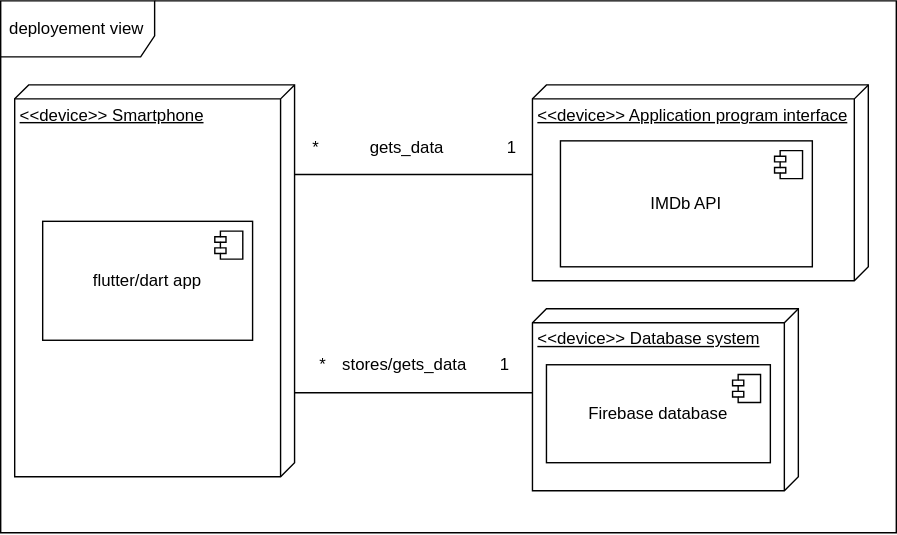
Above: docs/physicalarch.drawio.svg in danielrebelo1/feup-esof-project (draw.io), before the change. Source tidied: cells renumbered, new cells last; positions are measured from the earlier drawing's top-left corner, leaving out a move shared by most shapes. Source of this version:
```xml
<mxGraphModel>
  <root>
    <mxCell id="0" />
    <mxCell id="1" parent="0" />
    <mxCell id="2" value="deployement view" style="shape=umlFrame;whiteSpace=wrap;html=1;width=110;height=40;" parent="1" vertex="1">
      <mxGeometry width="640" height="380" as="geometry" />
    </mxCell>
    <mxCell id="3" value="&amp;lt;&amp;lt;device&amp;gt;&amp;gt; Smartphone" style="verticalAlign=top;align=left;spacingTop=8;spacingLeft=2;spacingRight=12;shape=cube;size=10;direction=south;fontStyle=4;html=1;whiteSpace=wrap;" parent="1" vertex="1">
      <mxGeometry x="10" y="60" width="200" height="280" as="geometry" />
    </mxCell>
    <mxCell id="4" value="&amp;lt;&amp;lt;device&amp;gt;&amp;gt; Application program interface" style="verticalAlign=top;align=left;spacingTop=8;spacingLeft=2;spacingRight=12;shape=cube;size=10;direction=south;fontStyle=4;html=1;whiteSpace=wrap;" parent="1" vertex="1">
      <mxGeometry x="380" y="60" width="240" height="140" as="geometry" />
    </mxCell>
    <mxCell id="5" style="line;strokeWidth=1;fillColor=none;align=left;verticalAlign=middle;spacingTop=-1;spacingLeft=3;spacingRight=3;labelPosition=right;strokeColor=inherit;" parent="1" vertex="1">
      <mxGeometry x="210" y="120" width="170" height="8" as="geometry" />
    </mxCell>
    <mxCell id="6" value="*" style="text;html=1;align=center;verticalAlign=middle;strokeColor=none;fillColor=none;" parent="1" vertex="1">
      <mxGeometry x="210" y="90" width="30" height="30" as="geometry" />
    </mxCell>
    <mxCell id="7" value="1" style="text;html=1;align=center;verticalAlign=middle;strokeColor=none;fillColor=none;" parent="1" vertex="1">
      <mxGeometry x="350" y="90" width="30" height="30" as="geometry" />
    </mxCell>
    <mxCell id="8" value="&amp;lt;&amp;lt;device&amp;gt;&amp;gt; Database system" style="verticalAlign=top;align=left;spacingTop=8;spacingLeft=2;spacingRight=12;shape=cube;size=10;direction=south;fontStyle=4;html=1;whiteSpace=wrap;" parent="1" vertex="1">
      <mxGeometry x="380" y="220" width="190" height="130" as="geometry" />
    </mxCell>
    <mxCell id="9" style="line;strokeWidth=1;fillColor=none;align=left;verticalAlign=middle;spacingTop=-1;spacingLeft=3;spacingRight=3;labelPosition=right;strokeColor=inherit;" parent="1" vertex="1">
      <mxGeometry x="210" y="276" width="170" height="8" as="geometry" />
    </mxCell>
    <mxCell id="10" value="*" style="text;html=1;align=center;verticalAlign=middle;strokeColor=none;fillColor=none;" parent="1" vertex="1">
      <mxGeometry x="215" y="245" width="30" height="30" as="geometry" />
    </mxCell>
    <mxCell id="11" value="1" style="text;html=1;align=center;verticalAlign=middle;strokeColor=none;fillColor=none;" parent="1" vertex="1">
      <mxGeometry x="345" y="245" width="30" height="30" as="geometry" />
    </mxCell>
    <mxCell id="12" value="stores/gets_data&amp;nbsp;" style="text;html=1;align=center;verticalAlign=middle;strokeColor=none;fillColor=none;" parent="1" vertex="1">
      <mxGeometry x="230" y="245" width="120" height="30" as="geometry" />
    </mxCell>
    <mxCell id="13" value="gets_data" style="text;html=1;align=center;verticalAlign=middle;strokeColor=none;fillColor=none;" parent="1" vertex="1">
      <mxGeometry x="250" y="90" width="80" height="30" as="geometry" />
    </mxCell>
    <mxCell id="14" value="flutter/dart app" style="html=1;whiteSpace=wrap;" parent="1" vertex="1">
      <mxGeometry x="30" y="157.5" width="150" height="85" as="geometry" />
    </mxCell>
    <mxCell id="15" style="shape=module;jettyWidth=8;jettyHeight=4;" parent="14" vertex="1">
      <mxGeometry x="1" width="20" height="20" relative="1" as="geometry">
        <mxPoint x="-27" y="7" as="offset" />
      </mxGeometry>
    </mxCell>
    <mxCell id="16" value="IMDb API" style="html=1;whiteSpace=wrap;" parent="1" vertex="1">
      <mxGeometry x="400" y="100" width="180" height="90" as="geometry" />
    </mxCell>
    <mxCell id="17" style="shape=module;jettyWidth=8;jettyHeight=4;" parent="16" vertex="1">
      <mxGeometry x="1" width="20" height="20" relative="1" as="geometry">
        <mxPoint x="-27" y="7" as="offset" />
      </mxGeometry>
    </mxCell>
    <mxCell id="18" value="Firebase database" style="html=1;whiteSpace=wrap;" parent="1" vertex="1">
      <mxGeometry x="390" y="260" width="160" height="70" as="geometry" />
    </mxCell>
    <mxCell id="19" style="shape=module;jettyWidth=8;jettyHeight=4;" parent="18" vertex="1">
      <mxGeometry x="1" width="20" height="20" relative="1" as="geometry">
        <mxPoint x="-27" y="7" as="offset" />
      </mxGeometry>
    </mxCell>
  </root>
</mxGraphModel>
```
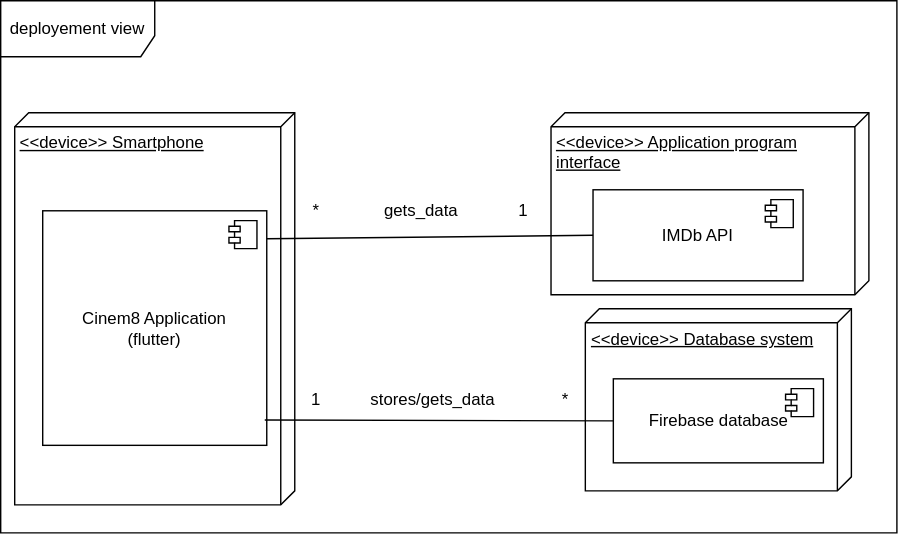
The same file after the commit.

Commit message:
physical arch

The edit, as a diff of the source:
```diff
@@ -6,40 +6,28 @@
       <mxGeometry width="640" height="380" as="geometry" />
     </mxCell>
     <mxCell id="3" value="&amp;lt;&amp;lt;device&amp;gt;&amp;gt; Smartphone" style="verticalAlign=top;align=left;spacingTop=8;spacingLeft=2;spacingRight=12;shape=cube;size=10;direction=south;fontStyle=4;html=1;whiteSpace=wrap;" parent="1" vertex="1">
-      <mxGeometry x="10" y="60" width="200" height="280" as="geometry" />
+      <mxGeometry x="10" y="80" width="200" height="280" as="geometry" />
     </mxCell>
     <mxCell id="4" value="&amp;lt;&amp;lt;device&amp;gt;&amp;gt; Application program interface" style="verticalAlign=top;align=left;spacingTop=8;spacingLeft=2;spacingRight=12;shape=cube;size=10;direction=south;fontStyle=4;html=1;whiteSpace=wrap;" parent="1" vertex="1">
-      <mxGeometry x="380" y="60" width="240" height="140" as="geometry" />
+      <mxGeometry x="393" y="80" width="227" height="130" as="geometry" />
     </mxCell>
-    <mxCell id="5" style="line;strokeWidth=1;fillColor=none;align=left;verticalAlign=middle;spacingTop=-1;spacingLeft=3;spacingRight=3;labelPosition=right;strokeColor=inherit;" parent="1" vertex="1">
-      <mxGeometry x="210" y="120" width="170" height="8" as="geometry" />
-    </mxCell>
     <mxCell id="6" value="*" style="text;html=1;align=center;verticalAlign=middle;strokeColor=none;fillColor=none;" parent="1" vertex="1">
-      <mxGeometry x="210" y="90" width="30" height="30" as="geometry" />
+      <mxGeometry x="210" y="135" width="30" height="30" as="geometry" />
     </mxCell>
     <mxCell id="7" value="1" style="text;html=1;align=center;verticalAlign=middle;strokeColor=none;fillColor=none;" parent="1" vertex="1">
-      <mxGeometry x="350" y="90" width="30" height="30" as="geometry" />
+      <mxGeometry x="357.5" y="135" width="30" height="30" as="geometry" />
     </mxCell>
     <mxCell id="8" value="&amp;lt;&amp;lt;device&amp;gt;&amp;gt; Database system" style="verticalAlign=top;align=left;spacingTop=8;spacingLeft=2;spacingRight=12;shape=cube;size=10;direction=south;fontStyle=4;html=1;whiteSpace=wrap;" parent="1" vertex="1">
-      <mxGeometry x="380" y="220" width="190" height="130" as="geometry" />
+      <mxGeometry x="417.5" y="220" width="190" height="130" as="geometry" />
     </mxCell>
-    <mxCell id="9" style="line;strokeWidth=1;fillColor=none;align=left;verticalAlign=middle;spacingTop=-1;spacingLeft=3;spacingRight=3;labelPosition=right;strokeColor=inherit;" parent="1" vertex="1">
-      <mxGeometry x="210" y="276" width="170" height="8" as="geometry" />
-    </mxCell>
-    <mxCell id="10" value="*" style="text;html=1;align=center;verticalAlign=middle;strokeColor=none;fillColor=none;" parent="1" vertex="1">
-      <mxGeometry x="215" y="245" width="30" height="30" as="geometry" />
-    </mxCell>
-    <mxCell id="11" value="1" style="text;html=1;align=center;verticalAlign=middle;strokeColor=none;fillColor=none;" parent="1" vertex="1">
-      <mxGeometry x="345" y="245" width="30" height="30" as="geometry" />
-    </mxCell>
-    <mxCell id="12" value="stores/gets_data&amp;nbsp;" style="text;html=1;align=center;verticalAlign=middle;strokeColor=none;fillColor=none;" parent="1" vertex="1">
-      <mxGeometry x="230" y="245" width="120" height="30" as="geometry" />
+    <mxCell id="12" value="stores/gets_data&amp;nbsp;" style="text;html=1;align=center;verticalAlign=middle;strokeColor=none;fillColor=none;rotation=0;" parent="1" vertex="1">
+      <mxGeometry x="250" y="270" width="120" height="30" as="geometry" />
     </mxCell>
-    <mxCell id="13" value="gets_data" style="text;html=1;align=center;verticalAlign=middle;strokeColor=none;fillColor=none;" parent="1" vertex="1">
-      <mxGeometry x="250" y="90" width="80" height="30" as="geometry" />
+    <mxCell id="13" value="gets_data" style="text;html=1;align=center;verticalAlign=middle;strokeColor=none;fillColor=none;rotation=0;" parent="1" vertex="1">
+      <mxGeometry x="260" y="135" width="80" height="30" as="geometry" />
     </mxCell>
-    <mxCell id="14" value="flutter/dart app" style="html=1;whiteSpace=wrap;" parent="1" vertex="1">
-      <mxGeometry x="30" y="157.5" width="150" height="85" as="geometry" />
+    <mxCell id="14" value="Cinem8 Application&lt;br&gt;(flutter)" style="html=1;whiteSpace=wrap;" parent="1" vertex="1">
+      <mxGeometry x="30" y="150" width="160" height="167.5" as="geometry" />
     </mxCell>
     <mxCell id="15" style="shape=module;jettyWidth=8;jettyHeight=4;" parent="14" vertex="1">
       <mxGeometry x="1" width="20" height="20" relative="1" as="geometry">
@@ -47,7 +35,7 @@
       </mxGeometry>
     </mxCell>
     <mxCell id="16" value="IMDb API" style="html=1;whiteSpace=wrap;" parent="1" vertex="1">
-      <mxGeometry x="400" y="100" width="180" height="90" as="geometry" />
+      <mxGeometry x="423" y="135" width="150" height="65" as="geometry" />
     </mxCell>
     <mxCell id="17" style="shape=module;jettyWidth=8;jettyHeight=4;" parent="16" vertex="1">
       <mxGeometry x="1" width="20" height="20" relative="1" as="geometry">
@@ -55,12 +43,26 @@
       </mxGeometry>
     </mxCell>
     <mxCell id="18" value="Firebase database" style="html=1;whiteSpace=wrap;" parent="1" vertex="1">
-      <mxGeometry x="390" y="260" width="160" height="70" as="geometry" />
+      <mxGeometry x="437.5" y="270" width="150" height="60" as="geometry" />
     </mxCell>
     <mxCell id="19" style="shape=module;jettyWidth=8;jettyHeight=4;" parent="18" vertex="1">
       <mxGeometry x="1" width="20" height="20" relative="1" as="geometry">
         <mxPoint x="-27" y="7" as="offset" />
       </mxGeometry>
     </mxCell>
+    <mxCell id="20" style="endArrow=none;html=1;rounded=0;entryX=0;entryY=0.5;entryDx=0;entryDy=0;" parent="1" edge="1" target="16">
+      <mxGeometry relative="1" as="geometry">
+        <mxPoint x="190" y="170" as="sourcePoint" />
+      </mxGeometry>
+    </mxCell>
+    <mxCell id="21" style="endArrow=none;html=1;rounded=0;exitX=0.991;exitY=0.892;exitDx=0;exitDy=0;exitPerimeter=0;entryX=0;entryY=0.5;entryDx=0;entryDy=0;" parent="1" edge="1" source="14" target="18">
+      <mxGeometry relative="1" as="geometry" />
+    </mxCell>
+    <mxCell id="10" value="*" style="text;html=1;align=center;verticalAlign=middle;strokeColor=none;fillColor=none;" parent="1" vertex="1">
+      <mxGeometry x="387.5" y="270" width="30" height="30" as="geometry" />
+    </mxCell>
+    <mxCell id="11" value="1" style="text;html=1;align=center;verticalAlign=middle;strokeColor=none;fillColor=none;rotation=0;" parent="1" vertex="1">
+      <mxGeometry x="210" y="270" width="30" height="30" as="geometry" />
+    </mxCell>
   </root>
 </mxGraphModel>
```
